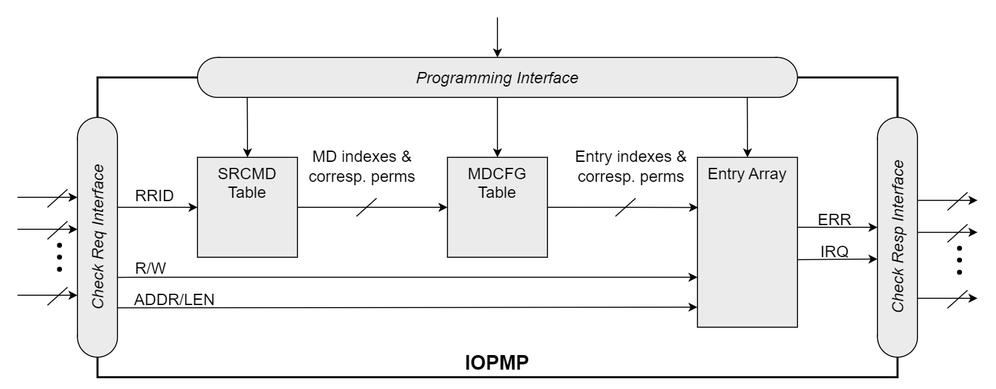
This is images/iopmp_unit_block_diagram_other_formats.png from riscv-non-isa/iopmp-spec, a draw.io export, as it was before one commit. Source tidied: cells renumbered, new cells last; positions are measured from the earlier drawing's top-left corner, leaving out a move shared by most shapes.
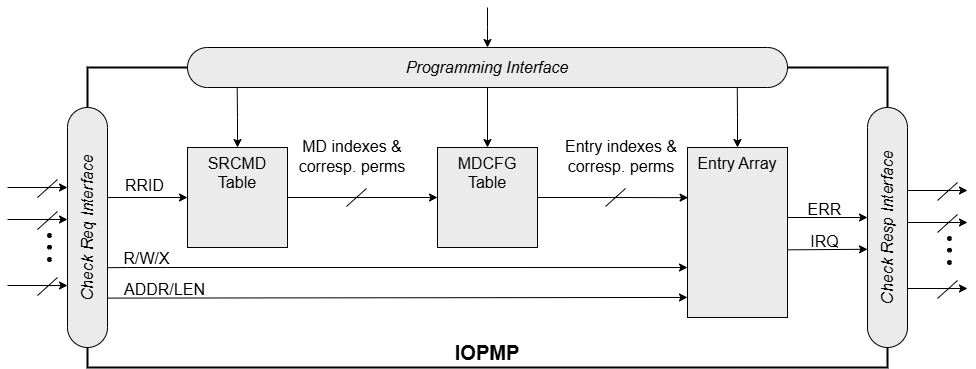
Later version of the same file.

Diff of the diagram source:
```diff
@@ -17,11 +17,11 @@
     <mxCell id="6" value="&lt;span style=&quot;font-size: 16px;&quot;&gt;Entry&amp;nbsp;&lt;/span&gt;&lt;span style=&quot;font-size: 16px; background-color: initial;&quot;&gt;Array&lt;/span&gt;" style="rounded=0;whiteSpace=wrap;html=1;verticalAlign=top;fillColor=#EBEBEB;" parent="1" vertex="1">
       <mxGeometry x="700" y="140" width="100" height="170" as="geometry" />
     </mxCell>
-    <mxCell id="7" style="edgeStyle=orthogonalEdgeStyle;rounded=0;jettySize=auto;html=1;exitX=0.5;exitY=0;exitDx=0;exitDy=0;startArrow=classic;startFill=1;endArrow=none;endFill=0;" parent="1" edge="1" source="5">
-      <mxGeometry relative="1" as="geometry">
-        <mxPoint x="500" y="80" as="targetPoint" />
-      </mxGeometry>
-    </mxCell>
+    <mxCell id="53" style="edgeStyle=orthogonalEdgeStyle;rounded=0;jettySize=auto;html=1;exitX=0.5;exitY=0;exitDx=0;exitDy=0;startArrow=classic;startFill=1;endArrow=none;endFill=0;" parent="1" edge="1" source="5">
+      <mxGeometry relative="1" as="geometry">
+        <mxPoint x="500" y="80" as="targetPoint" />
+      </mxGeometry>
+    </mxCell>
     <mxCell id="8" style="edgeStyle=orthogonalEdgeStyle;rounded=0;jettySize=auto;html=1;exitX=0.5;exitY=0;exitDx=0;exitDy=0;entryX=0.053;entryY=1;entryDx=0;entryDy=0;entryPerimeter=0;startArrow=classic;startFill=1;endArrow=none;endFill=0;" parent="1" edge="1" source="4" target="19">
       <mxGeometry relative="1" as="geometry" />
     </mxCell>
@@ -52,67 +52,67 @@
     <mxCell id="17" style="ellipse;whiteSpace=wrap;html=1;fillColor=#EBEBEB;" parent="1" vertex="1">
       <mxGeometry x="200" y="40" width="40" height="40" as="geometry" />
     </mxCell>
-    <mxCell id="18" style="edgeStyle=orthogonalEdgeStyle;rounded=0;jettySize=auto;html=1;startArrow=classic;startFill=1;endArrow=none;endFill=0;" parent="1" edge="1" source="19">
-      <mxGeometry relative="1" as="geometry">
-        <mxPoint x="500" as="targetPoint" />
-      </mxGeometry>
-    </mxCell>
+    <mxCell id="54" style="edgeStyle=orthogonalEdgeStyle;rounded=0;jettySize=auto;html=1;startArrow=classic;startFill=1;endArrow=none;endFill=0;" parent="1" edge="1" source="19">
+      <mxGeometry relative="1" as="geometry">
+        <mxPoint x="500" as="targetPoint" />
+      </mxGeometry>
+    </mxCell>
     <mxCell id="19" value="&lt;i&gt;&lt;font style=&quot;font-size: 16px;&quot;&gt;Programming Interface&lt;/font&gt;&lt;/i&gt;" style="rounded=0;whiteSpace=wrap;html=1;shape=mxgraph.basic.rect;left=0;right=0;fillColor=#EBEBEB;" parent="1" vertex="1">
       <mxGeometry x="220" y="40" width="560" height="40" as="geometry" />
     </mxCell>
-    <mxCell id="20" style="edgeStyle=orthogonalEdgeStyle;rounded=0;orthogonalLoop=1;jettySize=auto;html=1;exitX=0;exitY=0.25;exitDx=0;exitDy=0;startArrow=classic;startFill=1;endArrow=none;endFill=0;" parent="1" edge="1">
-      <mxGeometry relative="1" as="geometry">
-        <mxPoint x="200" y="190" as="sourcePoint" />
-        <mxPoint x="120" y="190" as="targetPoint" />
-      </mxGeometry>
-    </mxCell>
-    <mxCell id="21" style="endArrow=classic;html=1;rounded=0;entryX=0;entryY=0.706;entryDx=0;entryDy=0;entryPerimeter=0;exitX=0.299;exitY=1.006;exitDx=0;exitDy=0;exitPerimeter=0;" parent="1" edge="1" source="12" target="6">
-      <mxGeometry relative="1" as="geometry">
-        <Array as="points">
-          <mxPoint x="140" y="260" />
-          <mxPoint x="180" y="260" />
-        </Array>
-      </mxGeometry>
-    </mxCell>
-    <mxCell id="22" style="endArrow=classic;html=1;rounded=0;exitX=0.147;exitY=0.999;exitDx=0;exitDy=0;exitPerimeter=0;entryX=0;entryY=0.882;entryDx=0;entryDy=0;entryPerimeter=0;" parent="1" edge="1" source="12" target="6">
-      <mxGeometry relative="1" as="geometry" />
-    </mxCell>
-    <mxCell id="23" style="endArrow=classic;html=1;rounded=0;endFill=1;" parent="1" edge="1">
-      <mxGeometry relative="1" as="geometry">
-        <mxPoint x="20" y="180" as="sourcePoint" />
-        <mxPoint x="80" y="180" as="targetPoint" />
-      </mxGeometry>
-    </mxCell>
-    <mxCell id="24" style="endArrow=none;html=1;rounded=0;" parent="1" edge="1">
-      <mxGeometry relative="1" as="geometry">
-        <mxPoint x="50" y="190" as="sourcePoint" />
-        <mxPoint x="70" y="172" as="targetPoint" />
-      </mxGeometry>
-    </mxCell>
-    <mxCell id="25" style="endArrow=classic;html=1;rounded=0;endFill=1;" parent="1" edge="1">
-      <mxGeometry relative="1" as="geometry">
-        <mxPoint x="20" y="278" as="sourcePoint" />
-        <mxPoint x="80" y="278" as="targetPoint" />
-      </mxGeometry>
-    </mxCell>
-    <mxCell id="26" style="endArrow=none;html=1;rounded=0;" parent="1" edge="1">
-      <mxGeometry relative="1" as="geometry">
-        <mxPoint x="50" y="288" as="sourcePoint" />
-        <mxPoint x="70" y="270" as="targetPoint" />
-      </mxGeometry>
-    </mxCell>
-    <mxCell id="27" style="endArrow=classic;html=1;rounded=0;endFill=1;" parent="1" edge="1">
-      <mxGeometry relative="1" as="geometry">
-        <mxPoint x="20" y="212" as="sourcePoint" />
-        <mxPoint x="80" y="212" as="targetPoint" />
-      </mxGeometry>
-    </mxCell>
-    <mxCell id="28" style="endArrow=none;html=1;rounded=0;" parent="1" edge="1">
-      <mxGeometry relative="1" as="geometry">
-        <mxPoint x="50" y="222" as="sourcePoint" />
-        <mxPoint x="70" y="204" as="targetPoint" />
-      </mxGeometry>
-    </mxCell>
+    <mxCell id="55" style="edgeStyle=orthogonalEdgeStyle;rounded=0;orthogonalLoop=1;jettySize=auto;html=1;exitX=0;exitY=0.25;exitDx=0;exitDy=0;startArrow=classic;startFill=1;endArrow=none;endFill=0;" parent="1" edge="1">
+      <mxGeometry relative="1" as="geometry">
+        <mxPoint x="200" y="190" as="sourcePoint" />
+        <mxPoint x="120" y="190" as="targetPoint" />
+      </mxGeometry>
+    </mxCell>
+    <mxCell id="56" style="endArrow=classic;html=1;rounded=0;entryX=0;entryY=0.706;entryDx=0;entryDy=0;entryPerimeter=0;exitX=0.299;exitY=1.006;exitDx=0;exitDy=0;exitPerimeter=0;" parent="1" edge="1" source="12" target="6">
+      <mxGeometry relative="1" as="geometry">
+        <Array as="points">
+          <mxPoint x="140" y="260" />
+          <mxPoint x="180" y="260" />
+        </Array>
+      </mxGeometry>
+    </mxCell>
+    <mxCell id="57" style="endArrow=classic;html=1;rounded=0;exitX=0.147;exitY=0.999;exitDx=0;exitDy=0;exitPerimeter=0;entryX=0;entryY=0.882;entryDx=0;entryDy=0;entryPerimeter=0;" parent="1" edge="1" source="12" target="6">
+      <mxGeometry relative="1" as="geometry" />
+    </mxCell>
+    <mxCell id="58" style="endArrow=classic;html=1;rounded=0;endFill=1;" parent="1" edge="1">
+      <mxGeometry relative="1" as="geometry">
+        <mxPoint x="20" y="180" as="sourcePoint" />
+        <mxPoint x="80" y="180" as="targetPoint" />
+      </mxGeometry>
+    </mxCell>
+    <mxCell id="59" style="endArrow=none;html=1;rounded=0;" parent="1" edge="1">
+      <mxGeometry relative="1" as="geometry">
+        <mxPoint x="50" y="190" as="sourcePoint" />
+        <mxPoint x="70" y="172" as="targetPoint" />
+      </mxGeometry>
+    </mxCell>
+    <mxCell id="60" style="endArrow=classic;html=1;rounded=0;endFill=1;" parent="1" edge="1">
+      <mxGeometry relative="1" as="geometry">
+        <mxPoint x="20" y="278" as="sourcePoint" />
+        <mxPoint x="80" y="278" as="targetPoint" />
+      </mxGeometry>
+    </mxCell>
+    <mxCell id="61" style="endArrow=none;html=1;rounded=0;" parent="1" edge="1">
+      <mxGeometry relative="1" as="geometry">
+        <mxPoint x="50" y="288" as="sourcePoint" />
+        <mxPoint x="70" y="270" as="targetPoint" />
+      </mxGeometry>
+    </mxCell>
+    <mxCell id="62" style="endArrow=classic;html=1;rounded=0;endFill=1;" parent="1" edge="1">
+      <mxGeometry relative="1" as="geometry">
+        <mxPoint x="20" y="212" as="sourcePoint" />
+        <mxPoint x="80" y="212" as="targetPoint" />
+      </mxGeometry>
+    </mxCell>
+    <mxCell id="63" style="endArrow=none;html=1;rounded=0;" parent="1" edge="1">
+      <mxGeometry relative="1" as="geometry">
+        <mxPoint x="50" y="222" as="sourcePoint" />
+        <mxPoint x="70" y="204" as="targetPoint" />
+      </mxGeometry>
+    </mxCell>
     <mxCell id="29" style="vsdxID=76;fillColor=#000000;gradientColor=none;shape=(stored shape, 216 characters);labelBackgroundColor=none;rounded=0;html=1;whiteSpace=wrap;" parent="1" vertex="1">
       <mxGeometry x="60" y="226" width="4" height="4" as="geometry" />
     </mxCell>
@@ -122,53 +122,53 @@
     <mxCell id="31" style="vsdxID=76;fillColor=#000000;gradientColor=none;shape=(stored shape, 216 characters);labelBackgroundColor=none;rounded=0;html=1;whiteSpace=wrap;" parent="1" vertex="1">
       <mxGeometry x="60" y="250" width="4" height="4" as="geometry" />
     </mxCell>
-    <mxCell id="32" style="edgeStyle=orthogonalEdgeStyle;rounded=0;orthogonalLoop=1;jettySize=auto;html=1;entryX=0.007;entryY=0.296;entryDx=0;entryDy=0;entryPerimeter=0;" parent="1" edge="1">
-      <mxGeometry relative="1" as="geometry">
-        <mxPoint x="800" y="210" as="sourcePoint" />
-        <mxPoint x="880" y="210" as="targetPoint" />
-      </mxGeometry>
-    </mxCell>
-    <mxCell id="33" style="edgeStyle=orthogonalEdgeStyle;rounded=0;jettySize=auto;html=1;entryX=0.007;entryY=0.296;entryDx=0;entryDy=0;entryPerimeter=0;exitX=1;exitY=0.602;exitDx=0;exitDy=0;exitPerimeter=0;" parent="1" edge="1" source="6">
-      <mxGeometry relative="1" as="geometry">
-        <mxPoint x="880" y="241.8" as="targetPoint" />
-      </mxGeometry>
-    </mxCell>
-    <mxCell id="34" style="endArrow=classic;html=1;rounded=0;endFill=1;" parent="1" edge="1">
-      <mxGeometry relative="1" as="geometry">
-        <mxPoint x="920" y="183" as="sourcePoint" />
-        <mxPoint x="980" y="183" as="targetPoint" />
-      </mxGeometry>
-    </mxCell>
-    <mxCell id="35" style="endArrow=none;html=1;rounded=0;" parent="1" edge="1">
-      <mxGeometry relative="1" as="geometry">
-        <mxPoint x="950" y="193" as="sourcePoint" />
-        <mxPoint x="970" y="175" as="targetPoint" />
-      </mxGeometry>
-    </mxCell>
-    <mxCell id="36" style="endArrow=classic;html=1;rounded=0;endFill=1;" parent="1" edge="1">
-      <mxGeometry relative="1" as="geometry">
-        <mxPoint x="920" y="281" as="sourcePoint" />
-        <mxPoint x="980" y="281" as="targetPoint" />
-      </mxGeometry>
-    </mxCell>
-    <mxCell id="37" style="endArrow=none;html=1;rounded=0;" parent="1" edge="1">
-      <mxGeometry relative="1" as="geometry">
-        <mxPoint x="950" y="291" as="sourcePoint" />
-        <mxPoint x="970" y="273" as="targetPoint" />
-      </mxGeometry>
-    </mxCell>
-    <mxCell id="38" style="endArrow=classic;html=1;rounded=0;endFill=1;" parent="1" edge="1">
-      <mxGeometry relative="1" as="geometry">
-        <mxPoint x="920" y="215" as="sourcePoint" />
-        <mxPoint x="980" y="215" as="targetPoint" />
-      </mxGeometry>
-    </mxCell>
-    <mxCell id="39" style="endArrow=none;html=1;rounded=0;" parent="1" edge="1">
-      <mxGeometry relative="1" as="geometry">
-        <mxPoint x="950" y="225" as="sourcePoint" />
-        <mxPoint x="970" y="207" as="targetPoint" />
-      </mxGeometry>
-    </mxCell>
+    <mxCell id="64" style="edgeStyle=orthogonalEdgeStyle;rounded=0;orthogonalLoop=1;jettySize=auto;html=1;entryX=0.007;entryY=0.296;entryDx=0;entryDy=0;entryPerimeter=0;" parent="1" edge="1">
+      <mxGeometry relative="1" as="geometry">
+        <mxPoint x="800" y="210" as="sourcePoint" />
+        <mxPoint x="880" y="210" as="targetPoint" />
+      </mxGeometry>
+    </mxCell>
+    <mxCell id="65" style="edgeStyle=orthogonalEdgeStyle;rounded=0;jettySize=auto;html=1;entryX=0.007;entryY=0.296;entryDx=0;entryDy=0;entryPerimeter=0;exitX=1;exitY=0.602;exitDx=0;exitDy=0;exitPerimeter=0;" parent="1" edge="1" source="6">
+      <mxGeometry relative="1" as="geometry">
+        <mxPoint x="880" y="241.8" as="targetPoint" />
+      </mxGeometry>
+    </mxCell>
+    <mxCell id="66" style="endArrow=classic;html=1;rounded=0;endFill=1;" parent="1" edge="1">
+      <mxGeometry relative="1" as="geometry">
+        <mxPoint x="920" y="183" as="sourcePoint" />
+        <mxPoint x="980" y="183" as="targetPoint" />
+      </mxGeometry>
+    </mxCell>
+    <mxCell id="67" style="endArrow=none;html=1;rounded=0;" parent="1" edge="1">
+      <mxGeometry relative="1" as="geometry">
+        <mxPoint x="950" y="193" as="sourcePoint" />
+        <mxPoint x="970" y="175" as="targetPoint" />
+      </mxGeometry>
+    </mxCell>
+    <mxCell id="68" style="endArrow=classic;html=1;rounded=0;endFill=1;" parent="1" edge="1">
+      <mxGeometry relative="1" as="geometry">
+        <mxPoint x="920" y="281" as="sourcePoint" />
+        <mxPoint x="980" y="281" as="targetPoint" />
+      </mxGeometry>
+    </mxCell>
+    <mxCell id="69" style="endArrow=none;html=1;rounded=0;" parent="1" edge="1">
+      <mxGeometry relative="1" as="geometry">
+        <mxPoint x="950" y="291" as="sourcePoint" />
+        <mxPoint x="970" y="273" as="targetPoint" />
+      </mxGeometry>
+    </mxCell>
+    <mxCell id="70" style="endArrow=classic;html=1;rounded=0;endFill=1;" parent="1" edge="1">
+      <mxGeometry relative="1" as="geometry">
+        <mxPoint x="920" y="215" as="sourcePoint" />
+        <mxPoint x="980" y="215" as="targetPoint" />
+      </mxGeometry>
+    </mxCell>
+    <mxCell id="71" style="endArrow=none;html=1;rounded=0;" parent="1" edge="1">
+      <mxGeometry relative="1" as="geometry">
+        <mxPoint x="950" y="225" as="sourcePoint" />
+        <mxPoint x="970" y="207" as="targetPoint" />
+      </mxGeometry>
+    </mxCell>
     <mxCell id="40" style="vsdxID=76;fillColor=#000000;gradientColor=none;shape=(stored shape, 216 characters);labelBackgroundColor=none;rounded=0;html=1;whiteSpace=wrap;" parent="1" vertex="1">
       <mxGeometry x="960" y="229" width="4" height="4" as="geometry" />
     </mxCell>
@@ -181,9 +181,9 @@
     <mxCell id="43" value="&lt;font style=&quot;font-weight: normal; font-size: 16px;&quot;&gt;RRID&lt;/font&gt;" style="text;strokeColor=none;fillColor=none;html=1;fontSize=24;fontStyle=1;verticalAlign=middle;align=center;" parent="1" vertex="1">
       <mxGeometry x="127" y="162" width="60" height="28" as="geometry" />
     </mxCell>
-    <mxCell id="44" value="&lt;font style=&quot;font-weight: normal; font-size: 16px;&quot;&gt;R/W&lt;/font&gt;" style="text;strokeColor=none;fillColor=none;html=1;fontSize=24;fontStyle=1;verticalAlign=middle;align=center;" parent="1" vertex="1">
-      <mxGeometry x="128" y="237.8" width="50" height="22" as="geometry" />
-    </mxCell>
+    <mxCell id="72" value="&lt;font style=&quot;font-weight: normal; font-size: 16px;&quot;&gt;R/W/X&lt;/font&gt;" style="text;strokeColor=none;fillColor=none;html=1;fontSize=24;fontStyle=1;verticalAlign=middle;align=center;" parent="1" vertex="1">
+      <mxGeometry x="128" y="237.8" width="62" height="22" as="geometry" />
+    </mxCell>
     <mxCell id="45" value="&lt;font style=&quot;font-weight: normal; font-size: 16px;&quot;&gt;ADDR/LEN&lt;/font&gt;" style="text;strokeColor=none;fillColor=none;html=1;fontSize=24;fontStyle=1;verticalAlign=middle;align=center;" parent="1" vertex="1">
       <mxGeometry x="127" y="270" width="100" height="20" as="geometry" />
     </mxCell>
@@ -196,21 +196,21 @@
     <mxCell id="48" value="&lt;font style=&quot;font-size: 16px;&quot;&gt;&lt;font style=&quot;font-size: 16px;&quot;&gt;MD indexes&amp;nbsp;&lt;/font&gt;&lt;span style=&quot;background-color: initial;&quot;&gt;&amp;amp;&lt;/span&gt;&lt;/font&gt;&lt;div style=&quot;font-size: 16px;&quot;&gt;&lt;div style=&quot;&quot;&gt;&lt;font style=&quot;font-size: 16px;&quot;&gt;corresp. perms&lt;/font&gt;&lt;/div&gt;&lt;/div&gt;" style="text;html=1;align=center;verticalAlign=middle;whiteSpace=wrap;rounded=0;" parent="1" vertex="1">
       <mxGeometry x="310" y="120" width="110" height="58" as="geometry" />
     </mxCell>
-    <mxCell id="49" style="endArrow=none;html=1;rounded=0;" parent="1" edge="1">
-      <mxGeometry relative="1" as="geometry">
-        <mxPoint x="359" y="199" as="sourcePoint" />
-        <mxPoint x="379" y="181" as="targetPoint" />
-      </mxGeometry>
-    </mxCell>
+    <mxCell id="73" style="endArrow=none;html=1;rounded=0;" parent="1" edge="1">
+      <mxGeometry relative="1" as="geometry">
+        <mxPoint x="359" y="199" as="sourcePoint" />
+        <mxPoint x="379" y="181" as="targetPoint" />
+      </mxGeometry>
+    </mxCell>
     <mxCell id="50" style="edgeStyle=orthogonalEdgeStyle;rounded=0;jettySize=auto;html=1;exitX=1;exitY=0.5;exitDx=0;exitDy=0;entryX=0.006;entryY=0.295;entryDx=0;entryDy=0;entryPerimeter=0;" parent="1" edge="1" source="5" target="6">
       <mxGeometry relative="1" as="geometry" />
     </mxCell>
-    <mxCell id="51" style="endArrow=none;html=1;rounded=0;" parent="1" edge="1">
-      <mxGeometry relative="1" as="geometry">
-        <mxPoint x="618" y="199" as="sourcePoint" />
-        <mxPoint x="638" y="181" as="targetPoint" />
-      </mxGeometry>
-    </mxCell>
+    <mxCell id="74" style="endArrow=none;html=1;rounded=0;" parent="1" edge="1">
+      <mxGeometry relative="1" as="geometry">
+        <mxPoint x="618" y="199" as="sourcePoint" />
+        <mxPoint x="638" y="181" as="targetPoint" />
+      </mxGeometry>
+    </mxCell>
     <mxCell id="52" value="&lt;font style=&quot;font-size: 16px;&quot;&gt;Entry indexes &amp;amp;&lt;/font&gt;&lt;div style=&quot;font-size: 16px;&quot;&gt;&lt;font style=&quot;font-size: 16px;&quot;&gt;corresp. perms&lt;/font&gt;&lt;/div&gt;" style="text;html=1;align=center;verticalAlign=middle;whiteSpace=wrap;rounded=0;" parent="1" vertex="1">
       <mxGeometry x="574" y="120" width="120" height="58" as="geometry" />
     </mxCell>
```
